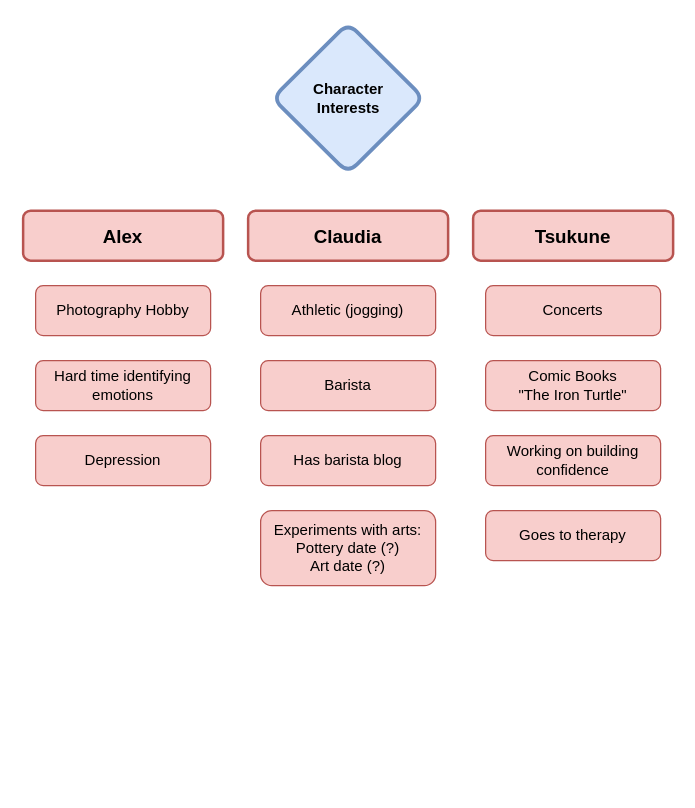
Before: page "Character Interests" (2 of 5) of My Love/MyLove_flowchart.drawio in L0veRaven/L0veRavenRenPy, a draw.io diagram. Source tidied: cells renumbered, new cells numbered last; positions are measured from the earlier drawing's top-left corner, leaving out a move shared by most shapes. Both pictures are drawn from the tidied source at 125%, with x=0, y=0 at pixel (22, 22).
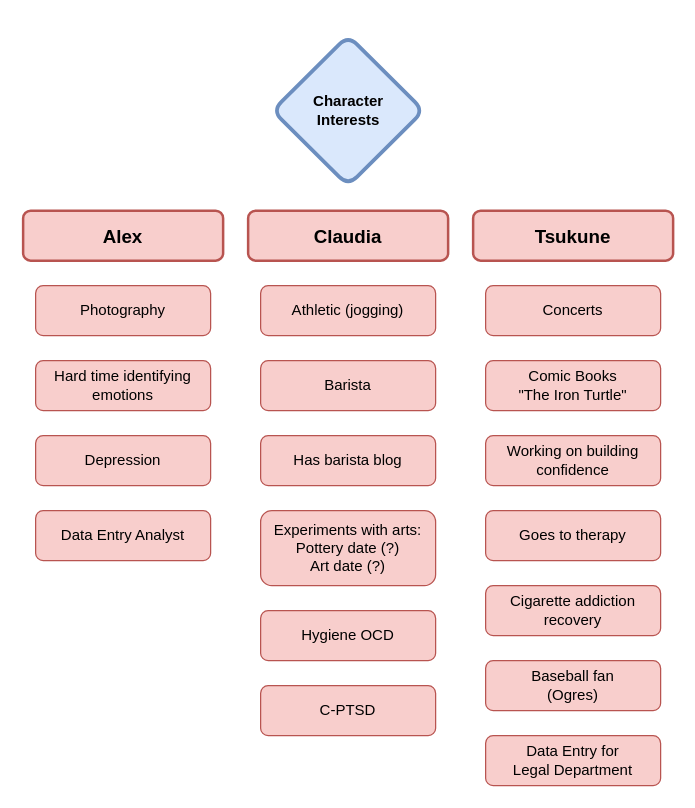
After the change.

What changed in the source:
```diff
@@
     <mxCell id="2" value="Character&lt;br&gt;Interests" style="rhombus;whiteSpace=wrap;html=1;fillColor=#dae8fc;strokeColor=#6c8ebf;perimeterSpacing=10;shadow=0;rounded=1;strokeWidth=3;fontStyle=1;" parent="1" vertex="1">
-      <mxGeometry x="199.5" width="121" height="120" as="geometry" />
+      <mxGeometry x="199.5" y="10" width="121" height="120" as="geometry" />
     </mxCell>
@@
-    <mxCell id="6" value="Photography Hobby" style="rounded=1;whiteSpace=wrap;html=1;fontSize=12;glass=0;strokeWidth=1;shadow=0;fillColor=#f8cecc;strokeColor=#b85450;" parent="1" vertex="1">
+    <mxCell id="6" value="Photography" style="rounded=1;whiteSpace=wrap;html=1;fontSize=12;glass=0;strokeWidth=1;shadow=0;fillColor=#f8cecc;strokeColor=#b85450;" parent="1" vertex="1">
       <mxGeometry x="10" y="210" width="140" height="40" as="geometry" />
     </mxCell>
@@
+    <mxCell id="17" value="Hygiene OCD" style="rounded=1;whiteSpace=wrap;html=1;fontSize=12;glass=0;strokeWidth=1;shadow=0;fillColor=#f8cecc;strokeColor=#b85450;" parent="1" vertex="1">
+      <mxGeometry x="190" y="470" width="140" height="40" as="geometry" />
+    </mxCell>
+    <mxCell id="18" value="C-&lt;span style=&quot;background-color: transparent; color: light-dark(rgb(0, 0, 0), rgb(255, 255, 255));&quot;&gt;PTSD&lt;/span&gt;" style="rounded=1;whiteSpace=wrap;html=1;fontSize=12;glass=0;strokeWidth=1;shadow=0;fillColor=#f8cecc;strokeColor=#b85450;" parent="1" vertex="1">
+      <mxGeometry x="190" y="530" width="140" height="40" as="geometry" />
+    </mxCell>
+    <mxCell id="19" value="Cigarette addiction recovery" style="rounded=1;whiteSpace=wrap;html=1;fontSize=12;glass=0;strokeWidth=1;shadow=0;fillColor=#f8cecc;strokeColor=#b85450;" parent="1" vertex="1">
+      <mxGeometry x="370" y="450" width="140" height="40" as="geometry" />
+    </mxCell>
+    <mxCell id="20" value="Baseball fan&lt;br&gt;(Ogres)" style="rounded=1;whiteSpace=wrap;html=1;fontSize=12;glass=0;strokeWidth=1;shadow=0;fillColor=#f8cecc;strokeColor=#b85450;" parent="1" vertex="1">
+      <mxGeometry x="370" y="510" width="140" height="40" as="geometry" />
+    </mxCell>
+    <mxCell id="21" value="Data Entry Analyst" style="rounded=1;whiteSpace=wrap;html=1;fontSize=12;glass=0;strokeWidth=1;shadow=0;fillColor=#f8cecc;strokeColor=#b85450;" parent="1" vertex="1">
+      <mxGeometry x="10" y="390" width="140" height="40" as="geometry" />
+    </mxCell>
+    <mxCell id="22" value="Data Entry for&lt;br&gt;Legal Department" style="rounded=1;whiteSpace=wrap;html=1;fontSize=12;glass=0;strokeWidth=1;shadow=0;fillColor=#f8cecc;strokeColor=#b85450;" parent="1" vertex="1">
+      <mxGeometry x="370" y="570" width="140" height="40" as="geometry" />
+    </mxCell>
```
